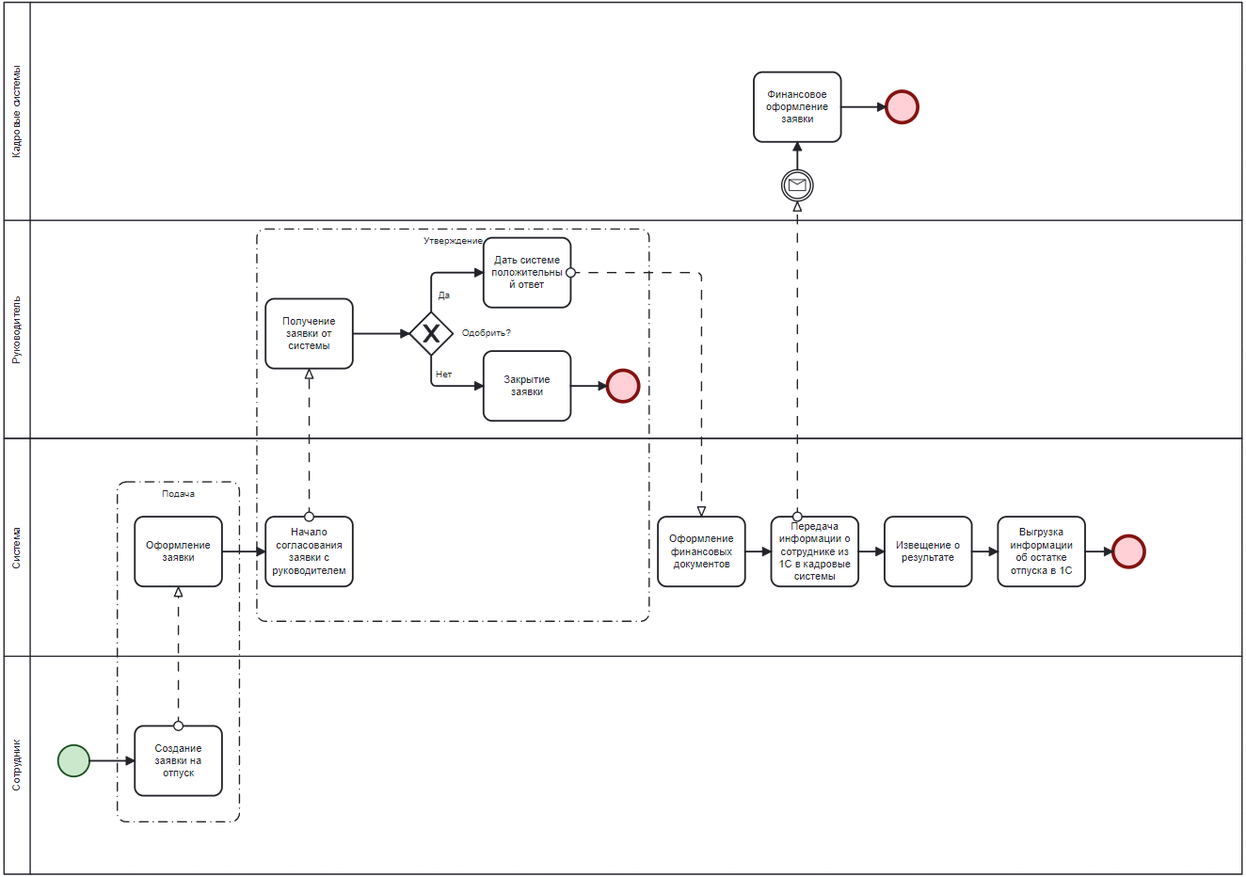
Above: Процесс оформления отпуска/Отпуск.png in Zener12/BPMN_diagrams (BPMN), before the change. Its source is kept beside it as Процесс оформления отпуска/отпуск.bpmn. Ids are renumbered.
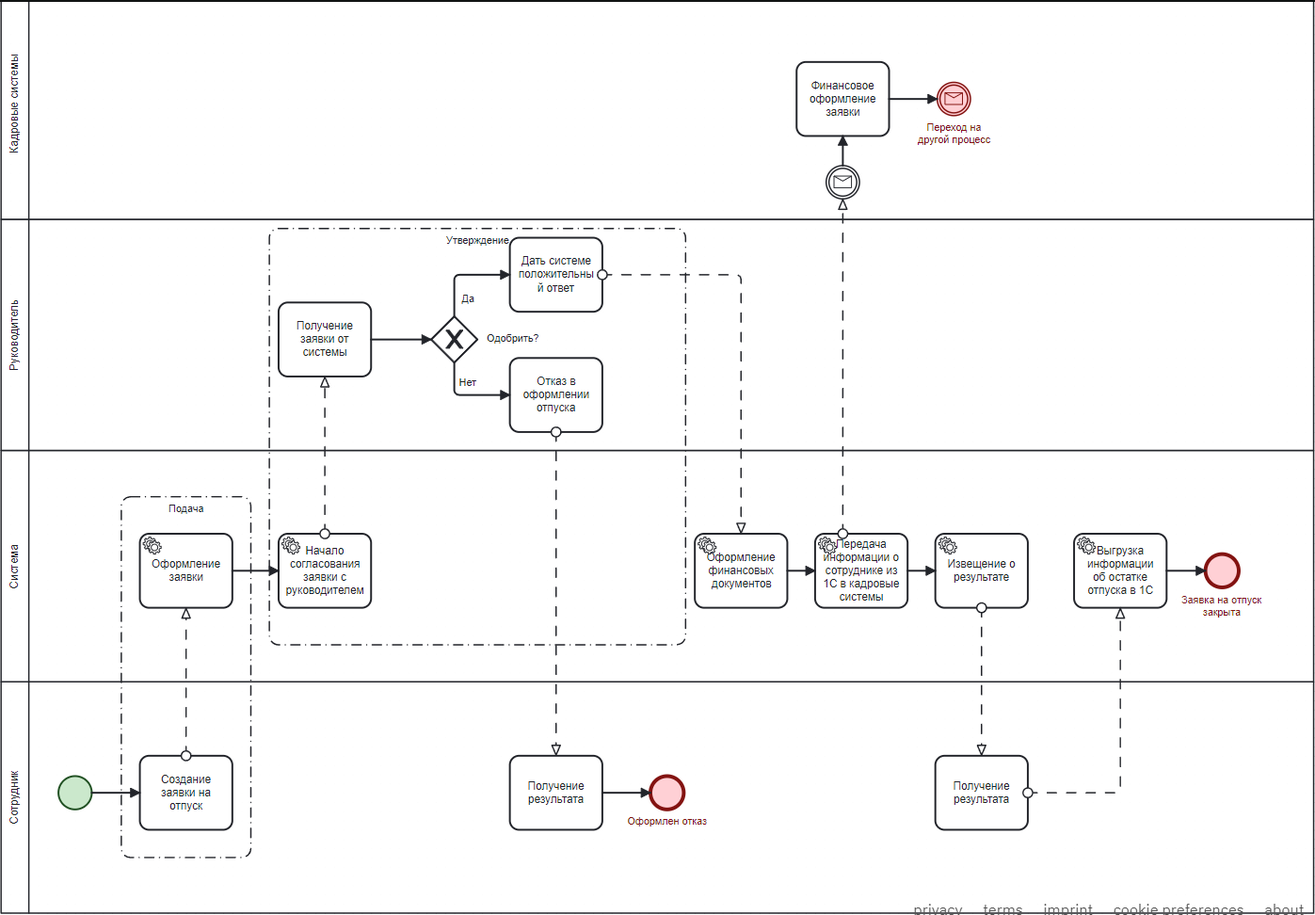
After the commit.

Change to the diagram source:
```diff
@@ -1,13 +1,16 @@
-<bpmn:definitions xmlns:xsi="http://www.w3.org/2001/XMLSchema-instance" xmlns:bpmn="http://www.omg.org/spec/BPMN/20100524/MODEL" xmlns:bpmndi="http://www.omg.org/spec/BPMN/20100524/DI" xmlns:dc="http://www.omg.org/spec/DD/20100524/DC" xmlns:bioc="http://bpmn.io/schema/bpmn/biocolor/1.0" xmlns:color="http://www.omg.org/spec/BPMN/non-normative/color/1.0" xmlns:di="http://www.omg.org/spec/DD/20100524/DI" id="Definitions_n1" targetNamespace="http://bpmn.io/schema/bpmn" exporter="bpmn-js (https://demo.bpmn.io)" exporterVersion="16.4.0">
+<bpmn:definitions xmlns:xsi="http://www.w3.org/2001/XMLSchema-instance" xmlns:bpmn="http://www.omg.org/spec/BPMN/20100524/MODEL" xmlns:bpmndi="http://www.omg.org/spec/BPMN/20100524/DI" xmlns:dc="http://www.omg.org/spec/DD/20100524/DC" xmlns:bioc="http://bpmn.io/schema/bpmn/biocolor/1.0" xmlns:color="http://www.omg.org/spec/BPMN/non-normative/color/1.0" xmlns:di="http://www.omg.org/spec/DD/20100524/DI" id="Definitions_n1" targetNamespace="http://bpmn.io/schema/bpmn" exporter="bpmn-js (https://demo.bpmn.io)" exporterVersion="17.0.2">
   <bpmn:collaboration id="Collaboration_n2">
     <bpmn:participant id="Participant_n3" name="Сотрудник" processRef="Process_n4" />
     <bpmn:participant id="Participant_n5" name="Система" processRef="Process_n6" />
     <bpmn:participant id="Participant_n7" name="Руководитель" processRef="Process_n8" />
     <bpmn:participant id="Participant_n9" name="Кадровые системы" processRef="Process_n10" />
-    <bpmn:messageFlow id="Flow_n11" sourceRef="Activity_n12" targetRef="Activity_n13" />
-    <bpmn:messageFlow id="Flow_n14" sourceRef="Activity_n15" targetRef="Event_n16" />
-    <bpmn:messageFlow id="Flow_n17" sourceRef="Activity_n18" targetRef="Activity_n19" />
-    <bpmn:messageFlow id="Flow_n20" sourceRef="Activity_n21" targetRef="Activity_n22" />
+    <bpmn:messageFlow id="Flow_n51" sourceRef="Activity_n41" targetRef="Activity_n52" />
+    <bpmn:messageFlow id="Flow_n53" sourceRef="Activity_n54" targetRef="Activity_n55" />
+    <bpmn:messageFlow id="Flow_n56" sourceRef="Activity_n57" targetRef="Event_n16" />
+    <bpmn:messageFlow id="Flow_n58" sourceRef="Activity_n21" targetRef="Activity_n59" />
+    <bpmn:messageFlow id="Flow_n60" sourceRef="Activity_n55" targetRef="Activity_n61" />
+    <bpmn:messageFlow id="Flow_n62" sourceRef="Activity_n63" targetRef="Activity_n19" />
+    <bpmn:messageFlow id="Flow_n64" sourceRef="Activity_n12" targetRef="Activity_n65" />
     <bpmn:group id="Group_n23" categoryValueRef="CategoryValue_n24" />
     <bpmn:group id="Group_n25" categoryValueRef="CategoryValue_n26" />
   </bpmn:collaboration>
@@ -19,37 +22,42 @@
       <bpmn:incoming>Flow_n28</bpmn:incoming>
     </bpmn:task>
     <bpmn:sequenceFlow id="Flow_n28" sourceRef="Event_n27" targetRef="Activity_n12" />
+    <bpmn:task id="Activity_n52" name="Получение результата">
+      <bpmn:outgoing>Flow_n66</bpmn:outgoing>
+    </bpmn:task>
+    <bpmn:endEvent id="Event_n67" name="Оформлен отказ">
+      <bpmn:incoming>Flow_n66</bpmn:incoming>
+    </bpmn:endEvent>
+    <bpmn:sequenceFlow id="Flow_n66" sourceRef="Activity_n52" targetRef="Event_n67" />
+    <bpmn:task id="Activity_n55" name="Получение результата" />
   </bpmn:process>
   <bpmn:process id="Process_n6">
-    <bpmn:task id="Activity_n13" name="Оформление заявки">
-      <bpmn:outgoing>Flow_n29</bpmn:outgoing>
-    </bpmn:task>
-    <bpmn:task id="Activity_n18" name="Начало согласования заявки с руководителем">
-      <bpmn:incoming>Flow_n29</bpmn:incoming>
-    </bpmn:task>
-    <bpmn:task id="Activity_n22" name="Оформление финансовых документов">
-      <bpmn:outgoing>Flow_n30</bpmn:outgoing>
-    </bpmn:task>
-    <bpmn:task id="Activity_n15" name="Передача информации о сотруднике из 1С в кадровые системы">
-      <bpmn:incoming>Flow_n30</bpmn:incoming>
-      <bpmn:outgoing>Flow_n31</bpmn:outgoing>
-    </bpmn:task>
-    <bpmn:task id="Activity_n32" name="Извещение о результате">
-      <bpmn:incoming>Flow_n31</bpmn:incoming>
-      <bpmn:outgoing>Flow_n33</bpmn:outgoing>
-    </bpmn:task>
-    <bpmn:task id="Activity_n34" name="Выгрузка информации об остатке отпуска в 1С">
-      <bpmn:incoming>Flow_n33</bpmn:incoming>
-      <bpmn:outgoing>Flow_n35</bpmn:outgoing>
-    </bpmn:task>
-    <bpmn:endEvent id="Event_n36">
-      <bpmn:incoming>Flow_n35</bpmn:incoming>
+    <bpmn:endEvent id="Event_n36" name="Заявка на отпуск закрыта">
+      <bpmn:incoming>Flow_n68</bpmn:incoming>
     </bpmn:endEvent>
-    <bpmn:sequenceFlow id="Flow_n29" sourceRef="Activity_n13" targetRef="Activity_n18" />
-    <bpmn:sequenceFlow id="Flow_n30" sourceRef="Activity_n22" targetRef="Activity_n15" />
-    <bpmn:sequenceFlow id="Flow_n31" sourceRef="Activity_n15" targetRef="Activity_n32" />
-    <bpmn:sequenceFlow id="Flow_n33" sourceRef="Activity_n32" targetRef="Activity_n34" />
-    <bpmn:sequenceFlow id="Flow_n35" sourceRef="Activity_n34" targetRef="Event_n36" />
+    <bpmn:serviceTask id="Activity_n61" name="Выгрузка информации об остатке отпуска в 1С">
+      <bpmn:outgoing>Flow_n68</bpmn:outgoing>
+    </bpmn:serviceTask>
+    <bpmn:sequenceFlow id="Flow_n68" sourceRef="Activity_n61" targetRef="Event_n36" />
+    <bpmn:serviceTask id="Activity_n54" name="Извещение о результате">
+      <bpmn:incoming>Flow_n69</bpmn:incoming>
+    </bpmn:serviceTask>
+    <bpmn:serviceTask id="Activity_n57" name="Передача информации о сотруднике из 1С в кадровые системы">
+      <bpmn:incoming>Flow_n70</bpmn:incoming>
+      <bpmn:outgoing>Flow_n69</bpmn:outgoing>
+    </bpmn:serviceTask>
+    <bpmn:sequenceFlow id="Flow_n69" sourceRef="Activity_n57" targetRef="Activity_n54" />
+    <bpmn:serviceTask id="Activity_n59" name="Оформление финансовых документов">
+      <bpmn:outgoing>Flow_n70</bpmn:outgoing>
+    </bpmn:serviceTask>
+    <bpmn:sequenceFlow id="Flow_n70" sourceRef="Activity_n59" targetRef="Activity_n57" />
+    <bpmn:serviceTask id="Activity_n63" name="Начало согласования заявки с руководителем">
+      <bpmn:incoming>Flow_n71</bpmn:incoming>
+    </bpmn:serviceTask>
+    <bpmn:serviceTask id="Activity_n65" name="Оформление заявки">
+      <bpmn:outgoing>Flow_n71</bpmn:outgoing>
+    </bpmn:serviceTask>
+    <bpmn:sequenceFlow id="Flow_n71" sourceRef="Activity_n65" targetRef="Activity_n63" />
   </bpmn:process>
   <bpmn:process id="Process_n8">
     <bpmn:task id="Activity_n19" name="Получение заявки от системы">
@@ -63,17 +71,12 @@
     <bpmn:task id="Activity_n21" name="Дать системе положительный ответ">
       <bpmn:incoming>Flow_n39</bpmn:incoming>
     </bpmn:task>
-    <bpmn:task id="Activity_n41" name="Закрытие заявки">
+    <bpmn:task id="Activity_n41" name="Отказ в оформлении отпуска">
       <bpmn:incoming>Flow_n40</bpmn:incoming>
-      <bpmn:outgoing>Flow_n42</bpmn:outgoing>
     </bpmn:task>
-    <bpmn:endEvent id="Event_n43">
-      <bpmn:incoming>Flow_n42</bpmn:incoming>
-    </bpmn:endEvent>
     <bpmn:sequenceFlow id="Flow_n37" sourceRef="Activity_n19" targetRef="Gateway_n38" />
     <bpmn:sequenceFlow id="Flow_n39" name="Да" sourceRef="Gateway_n38" targetRef="Activity_n21" />
     <bpmn:sequenceFlow id="Flow_n40" name="Нет" sourceRef="Gateway_n38" targetRef="Activity_n41" />
-    <bpmn:sequenceFlow id="Flow_n42" sourceRef="Activity_n41" targetRef="Event_n43" />
   </bpmn:process>
   <bpmn:process id="Process_n10">
     <bpmn:intermediateCatchEvent id="Event_n16">
@@ -82,13 +85,14 @@
     </bpmn:intermediateCatchEvent>
     <bpmn:task id="Activity_n46" name="Финансовое оформление заявки">
       <bpmn:incoming>Flow_n44</bpmn:incoming>
-      <bpmn:outgoing>Flow_n47</bpmn:outgoing>
+      <bpmn:outgoing>Flow_n72</bpmn:outgoing>
     </bpmn:task>
     <bpmn:sequenceFlow id="Flow_n44" sourceRef="Event_n16" targetRef="Activity_n46" />
-    <bpmn:endEvent id="Event_n48">
-      <bpmn:incoming>Flow_n47</bpmn:incoming>
-    </bpmn:endEvent>
-    <bpmn:sequenceFlow id="Flow_n47" sourceRef="Activity_n46" targetRef="Event_n48" />
+    <bpmn:intermediateCatchEvent id="Event_n73" name="Переход на другой процесс">
+      <bpmn:incoming>Flow_n72</bpmn:incoming>
+      <bpmn:messageEventDefinition id="MessageEventDefinition_n74" />
+    </bpmn:intermediateCatchEvent>
+    <bpmn:sequenceFlow id="Flow_n72" sourceRef="Activity_n46" targetRef="Event_n73" />
   </bpmn:process>
   <bpmn:category id="Category_n49">
     <bpmn:categoryValue id="CategoryValue_n24" value="Подача" />
@@ -109,60 +113,77 @@
         <dc:Bounds x="300" y="910" width="100" height="80" />
         <bpmndi:BPMNLabel />
       </bpmndi:BPMNShape>
+      <bpmndi:BPMNShape id="Activity_n52_di" bpmnElement="Activity_n52">
+        <dc:Bounds x="700" y="910" width="100" height="80" />
+        <bpmndi:BPMNLabel />
+      </bpmndi:BPMNShape>
+      <bpmndi:BPMNShape id="Event_n67_di" bpmnElement="Event_n67" bioc:stroke="#831311" bioc:fill="#ffcdd2" color:background-color="#ffcdd2" color:border-color="#831311">
+        <dc:Bounds x="852" y="932" width="36" height="36" />
+        <bpmndi:BPMNLabel>
+          <dc:Bounds x="827" y="975" width="87" height="14" />
+        </bpmndi:BPMNLabel>
+      </bpmndi:BPMNShape>
+      <bpmndi:BPMNShape id="Activity_n55_di" bpmnElement="Activity_n55">
+        <dc:Bounds x="1160" y="910" width="100" height="80" />
+        <bpmndi:BPMNLabel />
+      </bpmndi:BPMNShape>
       <bpmndi:BPMNEdge id="Flow_n28_di" bpmnElement="Flow_n28">
         <di:waypoint x="248" y="950" />
         <di:waypoint x="300" y="950" />
+      </bpmndi:BPMNEdge>
+      <bpmndi:BPMNEdge id="Flow_n66_di" bpmnElement="Flow_n66">
+        <di:waypoint x="800" y="950" />
+        <di:waypoint x="852" y="950" />
       </bpmndi:BPMNEdge>
       <bpmndi:BPMNShape id="Participant_n5_di" bpmnElement="Participant_n5" isHorizontal="true">
         <dc:Bounds x="150" y="580" width="1420" height="250" />
         <bpmndi:BPMNLabel />
       </bpmndi:BPMNShape>
-      <bpmndi:BPMNShape id="Activity_n13_di" bpmnElement="Activity_n13">
+      <bpmndi:BPMNShape id="Event_n36_di" bpmnElement="Event_n36" bioc:stroke="#831311" bioc:fill="#ffcdd2" color:background-color="#ffcdd2" color:border-color="#831311">
+        <dc:Bounds x="1452" y="692" width="36" height="36" />
+        <bpmndi:BPMNLabel>
+          <dc:Bounds x="1426" y="735" width="88" height="27" />
+        </bpmndi:BPMNLabel>
+      </bpmndi:BPMNShape>
+      <bpmndi:BPMNShape id="Activity_n61_di" bpmnElement="Activity_n61">
+        <dc:Bounds x="1310" y="670" width="100" height="80" />
+        <bpmndi:BPMNLabel />
+      </bpmndi:BPMNShape>
+      <bpmndi:BPMNShape id="Activity_n54_di" bpmnElement="Activity_n54">
+        <dc:Bounds x="1160" y="670" width="100" height="80" />
+        <bpmndi:BPMNLabel />
+      </bpmndi:BPMNShape>
+      <bpmndi:BPMNShape id="Activity_n57_di" bpmnElement="Activity_n57">
+        <dc:Bounds x="1030" y="670" width="100" height="80" />
+        <bpmndi:BPMNLabel />
+      </bpmndi:BPMNShape>
+      <bpmndi:BPMNShape id="Activity_n59_di" bpmnElement="Activity_n59">
+        <dc:Bounds x="900" y="670" width="100" height="80" />
+        <bpmndi:BPMNLabel />
+      </bpmndi:BPMNShape>
+      <bpmndi:BPMNShape id="Activity_n63_di" bpmnElement="Activity_n63">
+        <dc:Bounds x="450" y="670" width="100" height="80" />
+        <bpmndi:BPMNLabel />
+      </bpmndi:BPMNShape>
+      <bpmndi:BPMNShape id="Activity_n65_di" bpmnElement="Activity_n65">
         <dc:Bounds x="300" y="670" width="100" height="80" />
         <bpmndi:BPMNLabel />
       </bpmndi:BPMNShape>
-      <bpmndi:BPMNShape id="Activity_n18_di" bpmnElement="Activity_n18">
-        <dc:Bounds x="450" y="670" width="100" height="80" />
-        <bpmndi:BPMNLabel />
-      </bpmndi:BPMNShape>
-      <bpmndi:BPMNShape id="Activity_n22_di" bpmnElement="Activity_n22">
-        <dc:Bounds x="900" y="670" width="100" height="80" />
-        <bpmndi:BPMNLabel />
-      </bpmndi:BPMNShape>
-      <bpmndi:BPMNShape id="Activity_n15_di" bpmnElement="Activity_n15">
-        <dc:Bounds x="1030" y="670" width="100" height="80" />
-        <bpmndi:BPMNLabel />
-      </bpmndi:BPMNShape>
-      <bpmndi:BPMNShape id="Activity_n32_di" bpmnElement="Activity_n32">
-        <dc:Bounds x="1160" y="670" width="100" height="80" />
-        <bpmndi:BPMNLabel />
-      </bpmndi:BPMNShape>
-      <bpmndi:BPMNShape id="Activity_n34_di" bpmnElement="Activity_n34">
-        <dc:Bounds x="1290" y="670" width="100" height="80" />
-        <bpmndi:BPMNLabel />
-      </bpmndi:BPMNShape>
-      <bpmndi:BPMNShape id="Event_n36_di" bpmnElement="Event_n36" bioc:stroke="#831311" bioc:fill="#ffcdd2" color:background-color="#ffcdd2" color:border-color="#831311">
-        <dc:Bounds x="1422" y="692" width="36" height="36" />
-      </bpmndi:BPMNShape>
-      <bpmndi:BPMNEdge id="Flow_n29_di" bpmnElement="Flow_n29">
-        <di:waypoint x="400" y="710" />
-        <di:waypoint x="450" y="710" />
+      <bpmndi:BPMNEdge id="Flow_n68_di" bpmnElement="Flow_n68">
+        <di:waypoint x="1410" y="710" />
+        <di:waypoint x="1452" y="710" />
       </bpmndi:BPMNEdge>
-      <bpmndi:BPMNEdge id="Flow_n30_di" bpmnElement="Flow_n30">
+      <bpmndi:BPMNEdge id="Flow_n69_di" bpmnElement="Flow_n69">
+        <di:waypoint x="1130" y="710" />
+        <di:waypoint x="1160" y="710" />
+      </bpmndi:BPMNEdge>
+      <bpmndi:BPMNEdge id="Flow_n70_di" bpmnElement="Flow_n70">
         <di:waypoint x="1000" y="710" />
         <di:waypoint x="1030" y="710" />
       </bpmndi:BPMNEdge>
-      <bpmndi:BPMNEdge id="Flow_n31_di" bpmnElement="Flow_n31">
-        <di:waypoint x="1130" y="710" />
-        <di:waypoint x="1160" y="710" />
-      </bpmndi:BPMNEdge>
-      <bpmndi:BPMNEdge id="Flow_n33_di" bpmnElement="Flow_n33">
-        <di:waypoint x="1260" y="710" />
-        <di:waypoint x="1290" y="710" />
-      </bpmndi:BPMNEdge>
-      <bpmndi:BPMNEdge id="Flow_n35_di" bpmnElement="Flow_n35">
-        <di:waypoint x="1390" y="710" />
-        <di:waypoint x="1422" y="710" />
+      <bpmndi:BPMNEdge id="Flow_n71_di" bpmnElement="Flow_n71">
+        <di:waypoint x="400" y="710" />
+        <di:waypoint x="450" y="710" />
       </bpmndi:BPMNEdge>
       <bpmndi:BPMNShape id="Participant_n7_di" bpmnElement="Participant_n7" isHorizontal="true">
         <dc:Bounds x="150" y="330" width="1420" height="250" />
@@ -186,9 +207,6 @@
         <dc:Bounds x="700" y="480" width="100" height="80" />
         <bpmndi:BPMNLabel />
       </bpmndi:BPMNShape>
-      <bpmndi:BPMNShape id="Event_n43_di" bpmnElement="Event_n43" bioc:stroke="#831311" bioc:fill="#ffcdd2" color:background-color="#ffcdd2" color:border-color="#831311">
-        <dc:Bounds x="842" y="502" width="36" height="36" />
-      </bpmndi:BPMNShape>
       <bpmndi:BPMNEdge id="Flow_n37_di" bpmnElement="Flow_n37">
         <di:waypoint x="550" y="460" />
         <di:waypoint x="615" y="460" />
@@ -209,10 +227,6 @@
           <dc:Bounds x="645" y="500" width="20" height="14" />
         </bpmndi:BPMNLabel>
       </bpmndi:BPMNEdge>
-      <bpmndi:BPMNEdge id="Flow_n42_di" bpmnElement="Flow_n42">
-        <di:waypoint x="800" y="520" />
-        <di:waypoint x="842" y="520" />
-      </bpmndi:BPMNEdge>
       <bpmndi:BPMNShape id="Participant_n9_di" bpmnElement="Participant_n9" isHorizontal="true">
         <dc:Bounds x="150" y="80" width="1420" height="250" />
         <bpmndi:BPMNLabel />
@@ -224,16 +238,49 @@
         <dc:Bounds x="1010" y="160" width="100" height="80" />
         <bpmndi:BPMNLabel />
       </bpmndi:BPMNShape>
-      <bpmndi:BPMNShape id="Event_n48_di" bpmnElement="Event_n48" bioc:stroke="#831311" bioc:fill="#ffcdd2" color:background-color="#ffcdd2" color:border-color="#831311">
+      <bpmndi:BPMNShape id="Event_n73_di" bpmnElement="Event_n73" bioc:stroke="#831311" bioc:fill="#ffcdd2" color:background-color="#ffcdd2" color:border-color="#831311">
         <dc:Bounds x="1162" y="182" width="36" height="36" />
+        <bpmndi:BPMNLabel>
+          <dc:Bounds x="1141" y="225" width="79" height="27" />
+        </bpmndi:BPMNLabel>
       </bpmndi:BPMNShape>
       <bpmndi:BPMNEdge id="Flow_n44_di" bpmnElement="Flow_n44">
         <di:waypoint x="1060" y="272" />
         <di:waypoint x="1060" y="240" />
       </bpmndi:BPMNEdge>
-      <bpmndi:BPMNEdge id="Flow_n47_di" bpmnElement="Flow_n47">
+      <bpmndi:BPMNEdge id="Flow_n72_di" bpmnElement="Flow_n72">
         <di:waypoint x="1110" y="200" />
         <di:waypoint x="1162" y="200" />
+      </bpmndi:BPMNEdge>
+      <bpmndi:BPMNEdge id="Flow_n51_di" bpmnElement="Flow_n51">
+        <di:waypoint x="750" y="560" />
+        <di:waypoint x="750" y="910" />
+      </bpmndi:BPMNEdge>
+      <bpmndi:BPMNEdge id="Flow_n53_di" bpmnElement="Flow_n53">
+        <di:waypoint x="1210" y="750" />
+        <di:waypoint x="1210" y="910" />
+      </bpmndi:BPMNEdge>
+      <bpmndi:BPMNEdge id="Flow_n56_di" bpmnElement="Flow_n56">
+        <di:waypoint x="1060" y="670" />
+        <di:waypoint x="1060" y="308" />
+      </bpmndi:BPMNEdge>
+      <bpmndi:BPMNEdge id="Flow_n58_di" bpmnElement="Flow_n58">
+        <di:waypoint x="800" y="390" />
+        <di:waypoint x="950" y="390" />
+        <di:waypoint x="950" y="670" />
+      </bpmndi:BPMNEdge>
+      <bpmndi:BPMNEdge id="Flow_n60_di" bpmnElement="Flow_n60">
+        <di:waypoint x="1260" y="950" />
+        <di:waypoint x="1360" y="950" />
+        <di:waypoint x="1360" y="750" />
+      </bpmndi:BPMNEdge>
+      <bpmndi:BPMNEdge id="Flow_n62_di" bpmnElement="Flow_n62">
+        <di:waypoint x="500" y="670" />
+        <di:waypoint x="500" y="500" />
+      </bpmndi:BPMNEdge>
+      <bpmndi:BPMNEdge id="Flow_n64_di" bpmnElement="Flow_n64">
+        <di:waypoint x="350" y="910" />
+        <di:waypoint x="350" y="750" />
       </bpmndi:BPMNEdge>
       <bpmndi:BPMNShape id="Group_n23_di" bpmnElement="Group_n23">
         <dc:Bounds x="280" y="630" width="140" height="390" />
@@ -247,23 +294,6 @@
           <dc:Bounds x="631" y="347" width="68" height="14" />
         </bpmndi:BPMNLabel>
       </bpmndi:BPMNShape>
-      <bpmndi:BPMNEdge id="Flow_n11_di" bpmnElement="Flow_n11">
-        <di:waypoint x="350" y="910" />
-        <di:waypoint x="350" y="750" />
-      </bpmndi:BPMNEdge>
-      <bpmndi:BPMNEdge id="Flow_n14_di" bpmnElement="Flow_n14">
-        <di:waypoint x="1060" y="670" />
-        <di:waypoint x="1060" y="308" />
-      </bpmndi:BPMNEdge>
-      <bpmndi:BPMNEdge id="Flow_n17_di" bpmnElement="Flow_n17">
-        <di:waypoint x="500" y="670" />
-        <di:waypoint x="500" y="500" />
-      </bpmndi:BPMNEdge>
-      <bpmndi:BPMNEdge id="Flow_n20_di" bpmnElement="Flow_n20">
-        <di:waypoint x="800" y="390" />
-        <di:waypoint x="950" y="390" />
-        <di:waypoint x="950" y="670" />
-      </bpmndi:BPMNEdge>
     </bpmndi:BPMNPlane>
   </bpmndi:BPMNDiagram>
 </bpmn:definitions>
```
